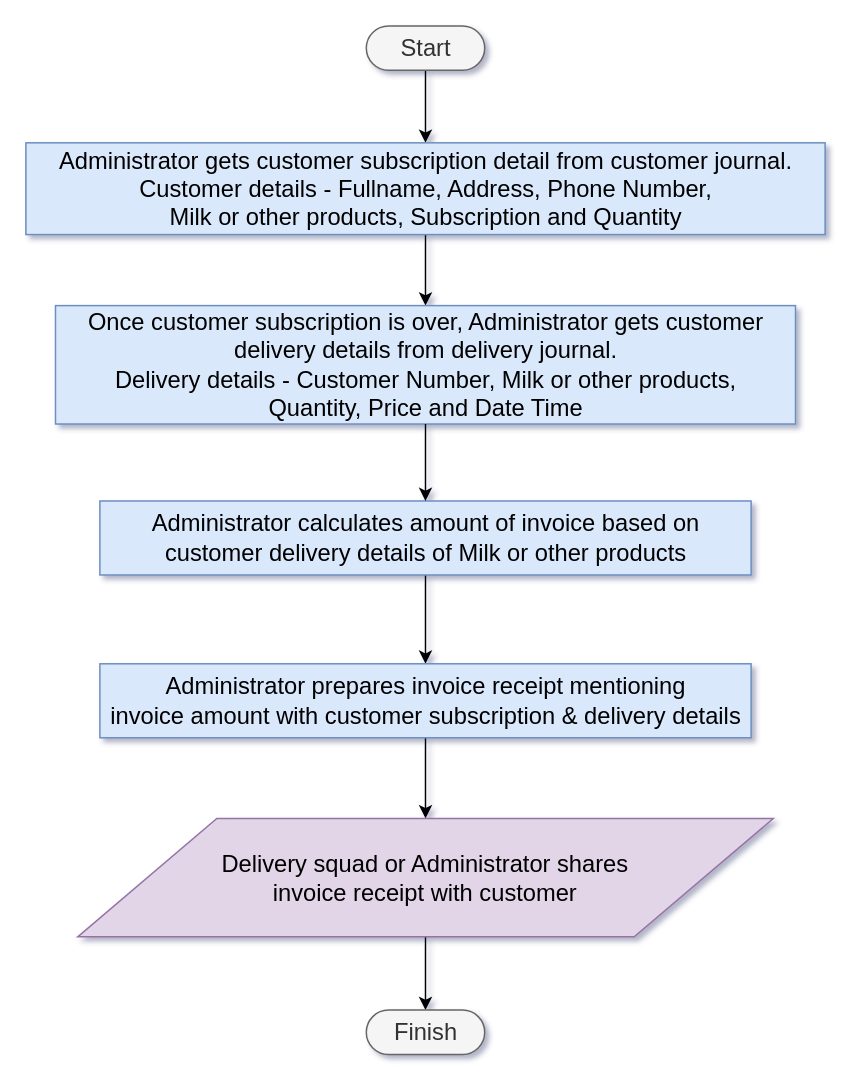
Earlier version of the draw.io diagram docs/diagram/invoice_process.drawio (dudhwalas/dudhwala). Source tidied: cells renumbered, new cells numbered last; positions are measured from the earlier drawing's top-left corner, leaving out a move shared by most shapes. Both pictures are drawn from the tidied source at 148%, with x=0, y=0 at pixel (25, 25).
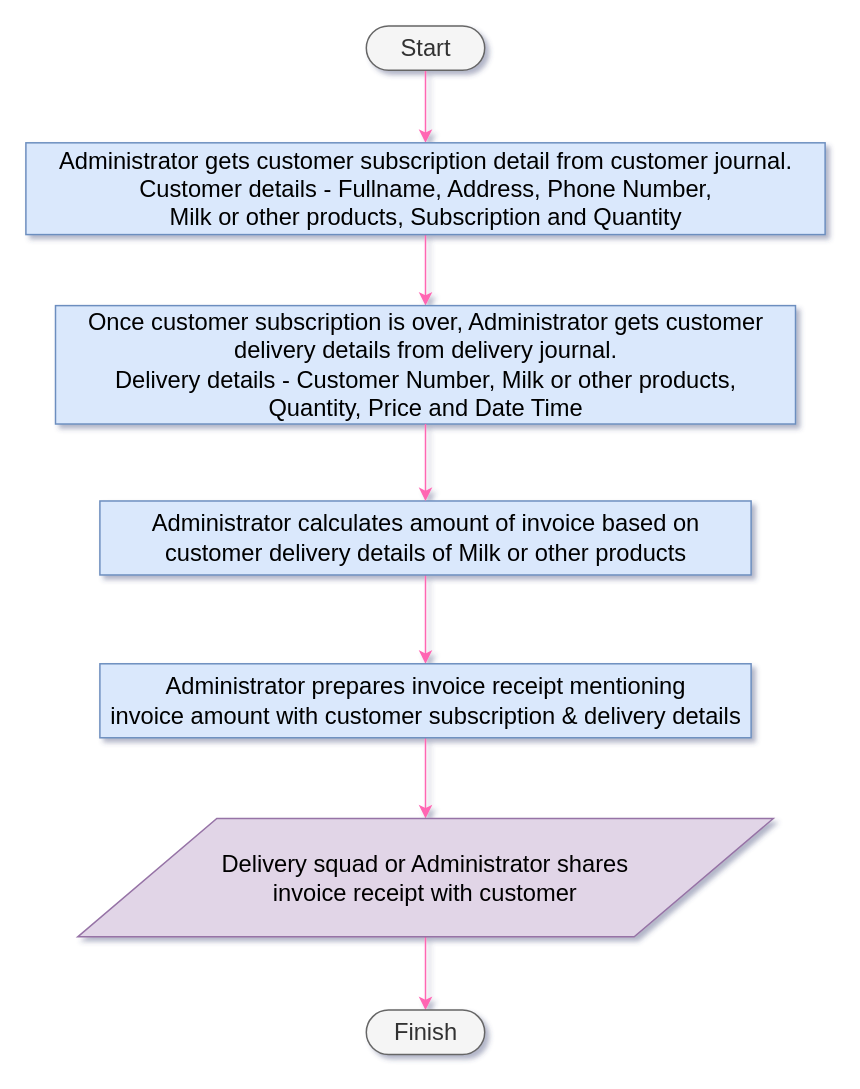
After the change.

What changed in the source:
```diff
@@
 <mxGraphModel shadow="1">
   <root>
     <mxCell id="0" />
     <mxCell id="1" parent="0" />
-    <mxCell id="2" style="edgeStyle=none;html=1;fontSize=16;" parent="1" edge="1" source="3" target="5">
+    <mxCell id="2" style="edgeStyle=none;html=1;fontSize=16;strokeColor=#FF66B3;" parent="1" edge="1" source="3" target="5">
       <mxGeometry relative="1" as="geometry" />
     </mxCell>
     <mxCell id="3" value="&lt;font style=&quot;font-size: 16px;&quot;&gt;Start&lt;/font&gt;" style="html=1;dashed=0;whitespace=wrap;shape=mxgraph.dfd.start;fillColor=#f5f5f5;fontColor=#333333;strokeColor=#666666;fontSize=16;" parent="1" vertex="1">
       <mxGeometry x="230" width="80" height="30" as="geometry" />
     </mxCell>
-    <mxCell id="4" style="edgeStyle=none;html=1;fontSize=16;entryX=0.5;entryY=0;entryDx=0;entryDy=0;" parent="1" edge="1" source="5" target="13">
+    <mxCell id="4" style="edgeStyle=none;html=1;fontSize=16;entryX=0.5;entryY=0;entryDx=0;entryDy=0;strokeColor=#FF66B3;" parent="1" edge="1" source="5" target="13">
       <mxGeometry relative="1" as="geometry" />
     </mxCell>
     <mxCell id="5" value="&lt;span class=&quot;nodeLabel&quot; style=&quot;font-size: 16px;&quot;&gt;Administrator gets customer subscription detail from customer journal. &lt;br style=&quot;font-size: 16px;&quot;&gt; Customer details - Fullname, Address, Phone Number, &lt;br style=&quot;font-size: 16px;&quot;&gt;Milk or other products, Subscription and Quantity&lt;/span&gt;" style="html=1;dashed=0;whitespace=wrap;fillColor=#dae8fc;strokeColor=#6c8ebf;fontSize=16;" parent="1" vertex="1">
       <mxGeometry y="79" width="540" height="62" as="geometry" />
     </mxCell>
-    <mxCell id="6" style="edgeStyle=none;html=1;fontSize=16;exitX=0.5;exitY=1;exitDx=0;exitDy=0;" parent="1" edge="1" source="7" target="9">
+    <mxCell id="6" style="edgeStyle=none;html=1;fontSize=16;exitX=0.5;exitY=1;exitDx=0;exitDy=0;strokeColor=#FF66B3;" parent="1" edge="1" source="7" target="9">
       <mxGeometry relative="1" as="geometry" />
     </mxCell>
     <mxCell id="7" value="&lt;span class=&quot;nodeLabel&quot; style=&quot;font-size: 16px;&quot;&gt;Administrator calculates amount of invoice based on &lt;br style=&quot;font-size: 16px;&quot;&gt;customer delivery details of Milk or other products&lt;/span&gt;" style="html=1;dashed=0;whitespace=wrap;fillColor=#dae8fc;strokeColor=#6c8ebf;fontSize=16;" parent="1" vertex="1">
       <mxGeometry x="50" y="321" width="440" height="50" as="geometry" />
     </mxCell>
-    <mxCell id="8" style="edgeStyle=none;html=1;fontSize=16;" parent="1" edge="1" source="9" target="11">
+    <mxCell id="8" style="edgeStyle=none;html=1;fontSize=16;strokeColor=#FF66B3;" parent="1" edge="1" source="9" target="11">
       <mxGeometry relative="1" as="geometry" />
     </mxCell>
     <mxCell id="9" value="&lt;span class=&quot;nodeLabel&quot; style=&quot;font-size: 16px;&quot;&gt;Administrator prepares invoice receipt mentioning &lt;br style=&quot;font-size: 16px;&quot;&gt;invoice amount with customer subscription &amp;amp; delivery details&lt;/span&gt;" style="html=1;dashed=0;whitespace=wrap;fillColor=#dae8fc;strokeColor=#6c8ebf;fontSize=16;" parent="1" vertex="1">
       <mxGeometry x="50" y="431" width="440" height="50" as="geometry" />
     </mxCell>
-    <mxCell id="10" style="edgeStyle=none;html=1;fontSize=16;exitX=0.5;exitY=1;exitDx=0;exitDy=0;entryX=0.5;entryY=0.5;entryDx=0;entryDy=-15;entryPerimeter=0;" parent="1" edge="1" source="11" target="12">
+    <mxCell id="10" style="edgeStyle=none;html=1;fontSize=16;exitX=0.5;exitY=1;exitDx=0;exitDy=0;entryX=0.5;entryY=0.5;entryDx=0;entryDy=-15;entryPerimeter=0;strokeColor=#FF66B3;" parent="1" edge="1" source="11" target="12">
       <mxGeometry relative="1" as="geometry" />
     </mxCell>
     <mxCell id="11" value="&lt;span class=&quot;nodeLabel&quot; style=&quot;font-size: 16px;&quot;&gt;Delivery squad or Administrator shares &lt;br style=&quot;font-size: 16px;&quot;&gt;invoice receipt with customer&lt;/span&gt;" style="shape=parallelogram;perimeter=parallelogramPerimeter;whiteSpace=wrap;html=1;dashed=0;fillColor=#e1d5e7;strokeColor=#9673a6;fontSize=16;" parent="1" vertex="1">
       <mxGeometry x="35" y="535.5" width="470" height="80" as="geometry" />
     </mxCell>
     <mxCell id="12" value="Finish" style="html=1;dashed=0;whitespace=wrap;shape=mxgraph.dfd.start;fillColor=#f5f5f5;fontColor=#333333;strokeColor=#666666;fontSize=16;" parent="1" vertex="1">
       <mxGeometry x="230" y="665" width="80" height="30" as="geometry" />
     </mxCell>
     <mxCell id="13" value="&lt;span class=&quot;nodeLabel&quot; style=&quot;font-size: 16px;&quot;&gt;Once customer subscription is over, Administrator gets customer &lt;br style=&quot;font-size: 16px;&quot;&gt;delivery details from delivery journal. &lt;br style=&quot;font-size: 16px;&quot;&gt; Delivery details - Customer Number, Milk or other products, &lt;br style=&quot;font-size: 16px;&quot;&gt;Quantity, Price and Date Time&lt;/span&gt;" style="html=1;dashed=0;whitespace=wrap;fillColor=#dae8fc;strokeColor=#6c8ebf;fontSize=16;" parent="1" vertex="1">
       <mxGeometry x="20" y="189" width="500" height="80" as="geometry" />
     </mxCell>
-    <mxCell id="14" style="edgeStyle=none;html=1;fontSize=16;entryX=0.5;entryY=0;entryDx=0;entryDy=0;" parent="1" edge="1" source="13" target="7">
+    <mxCell id="14" style="edgeStyle=none;html=1;fontSize=16;entryX=0.5;entryY=0;entryDx=0;entryDy=0;strokeColor=#FF66B3;" parent="1" edge="1" source="13" target="7">
       <mxGeometry relative="1" as="geometry" />
     </mxCell>
   </root>
 </mxGraphModel>
```
